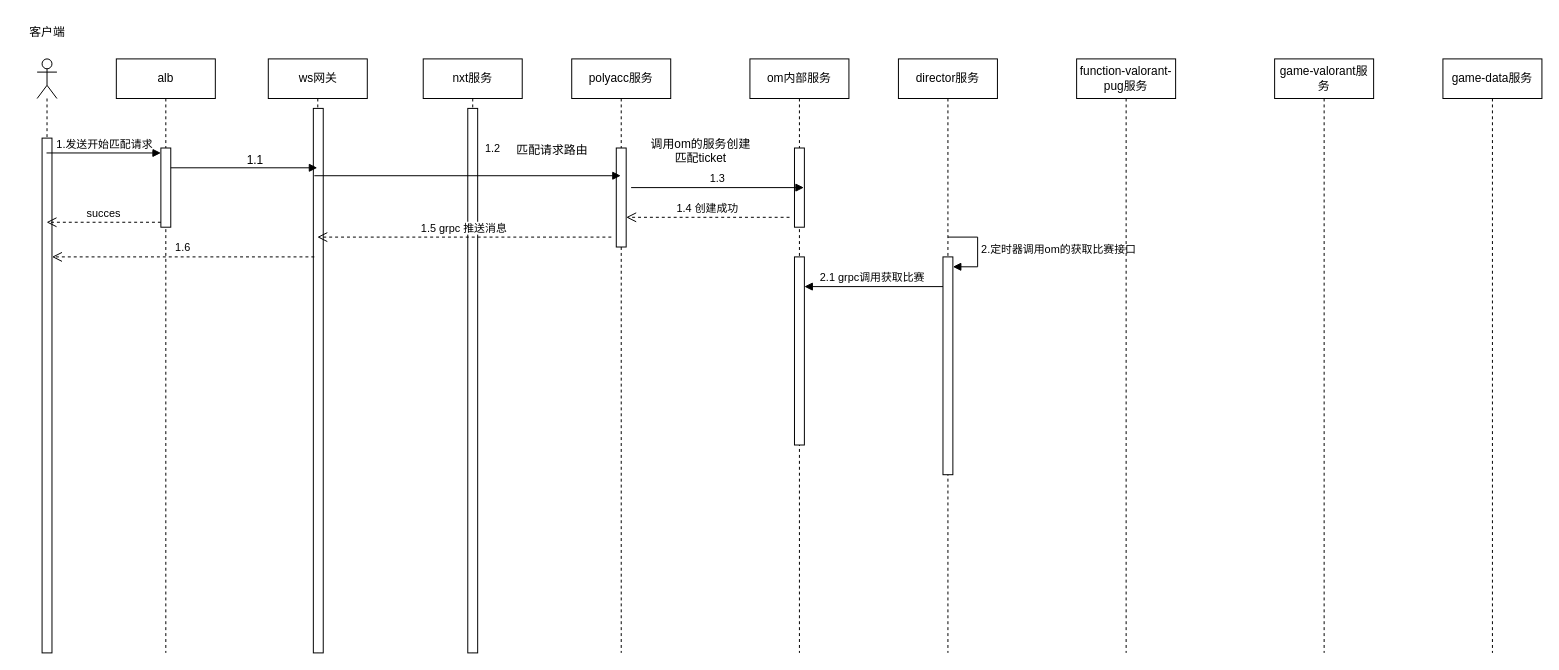
Earlier version of the draw.io diagram 未命名绘图.drawio (haozhi-ly/test). Source tidied: cells renumbered, new cells numbered last; positions are measured from the earlier drawing's top-left corner, leaving out a move shared by most shapes. Both pictures are drawn from the tidied source at 99%, with x=0, y=0 at pixel (17, 17).
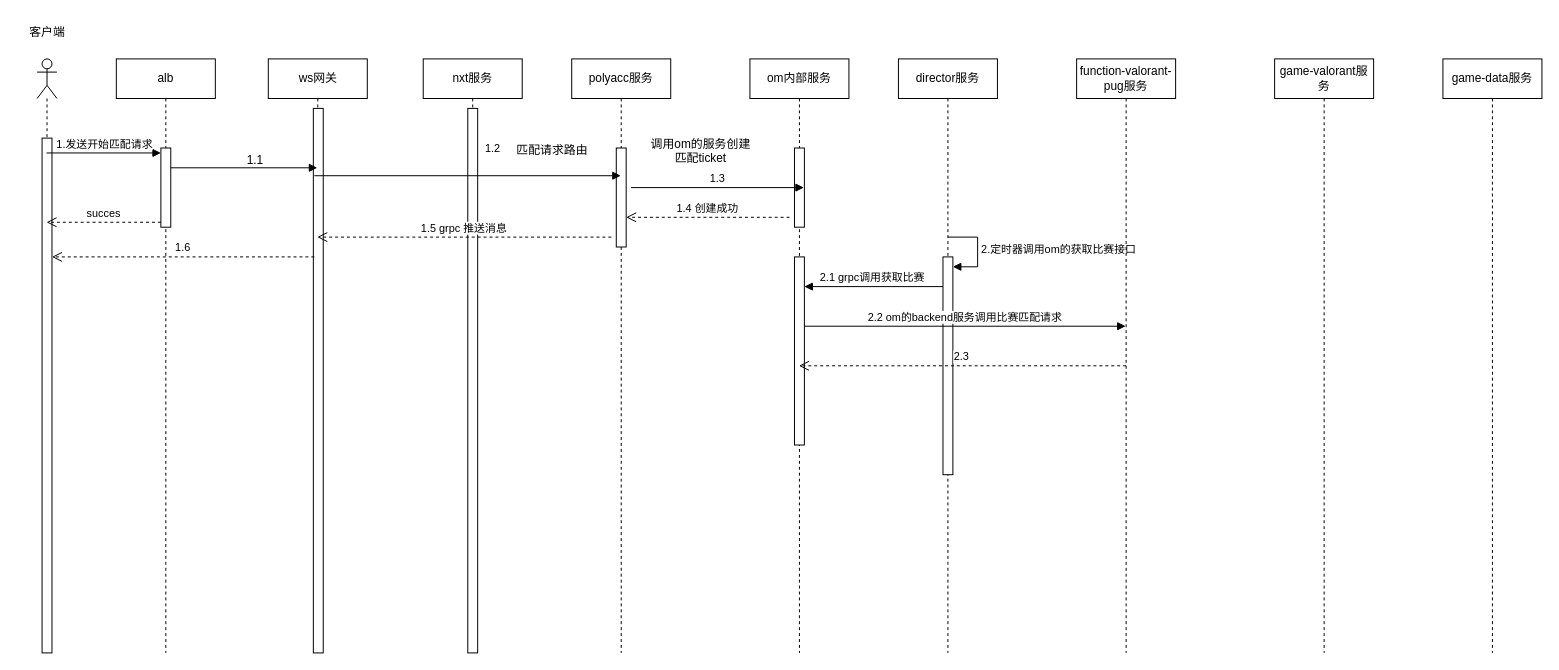
After the change.

The change refers to these unchanged cells:
```xml
<mxCell id="21" value="&lt;span style=&quot;white-space-collapse: preserve;&quot;&gt;om内部服务&lt;/span&gt;" style="shape=umlLifeline;perimeter=lifelinePerimeter;whiteSpace=wrap;html=1;outlineConnect=0;portConstraint=eastwest;newEdgeStyle={&quot;curved&quot;:0,&quot;rounded&quot;:0};" parent="1" vertex="1">
  <mxGeometry x="740" y="42" width="100" height="600" as="geometry" />
</mxCell>
```

Diff of the diagram source:
```diff
@@
+    <mxCell id="34" value="2.2 om的backend服务调用比赛匹配请求" style="html=1;verticalAlign=bottom;endArrow=block;curved=0;rounded=0;" parent="1" edge="1">
+      <mxGeometry relative="1" as="geometry">
+        <mxPoint x="795" y="312" as="sourcePoint" />
+        <mxPoint x="1119.5" y="312" as="targetPoint" />
+      </mxGeometry>
+    </mxCell>
+    <mxCell id="35" value="2.3&amp;nbsp;" style="html=1;verticalAlign=bottom;endArrow=open;dashed=1;endSize=8;curved=0;rounded=0;" parent="1" edge="1" target="21">
+      <mxGeometry relative="1" as="geometry">
+        <mxPoint x="1120" y="352" as="sourcePoint" />
+      </mxGeometry>
+    </mxCell>
```
